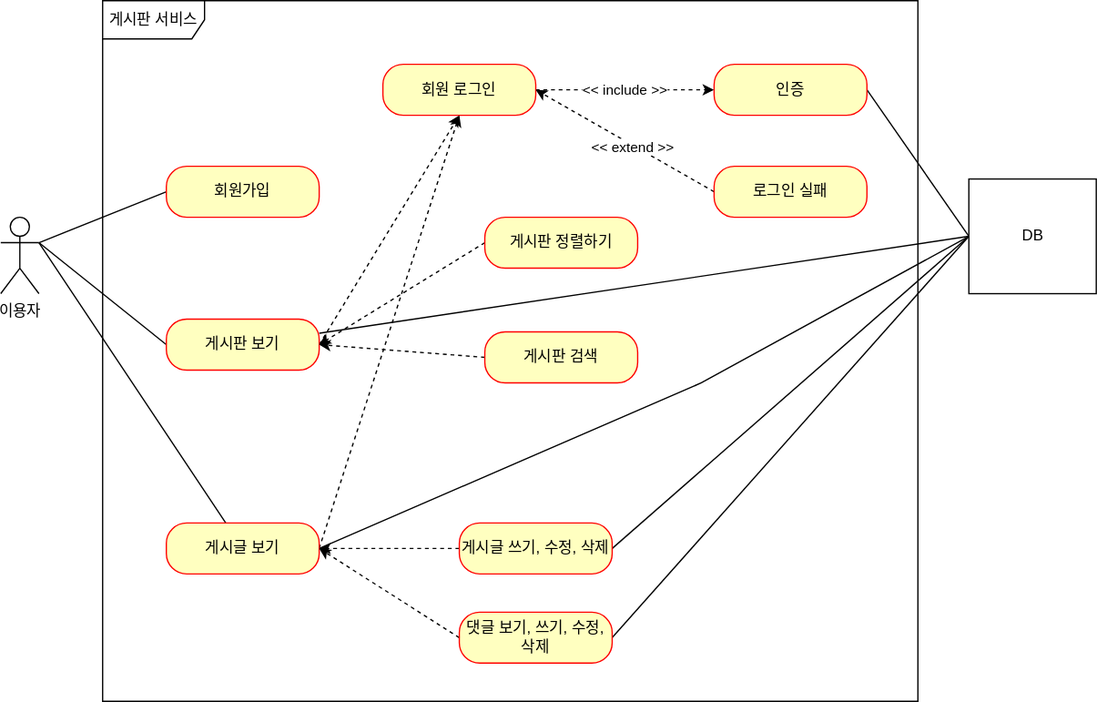
The draw.io diagram part_02/fastcampus-project-board/document/use-case.svg in NaStillmatic/JavaSpring, before a commit. Source tidied: cells renumbered, new cells last; positions are measured from the earlier drawing's top-left corner, leaving out a move shared by most shapes.
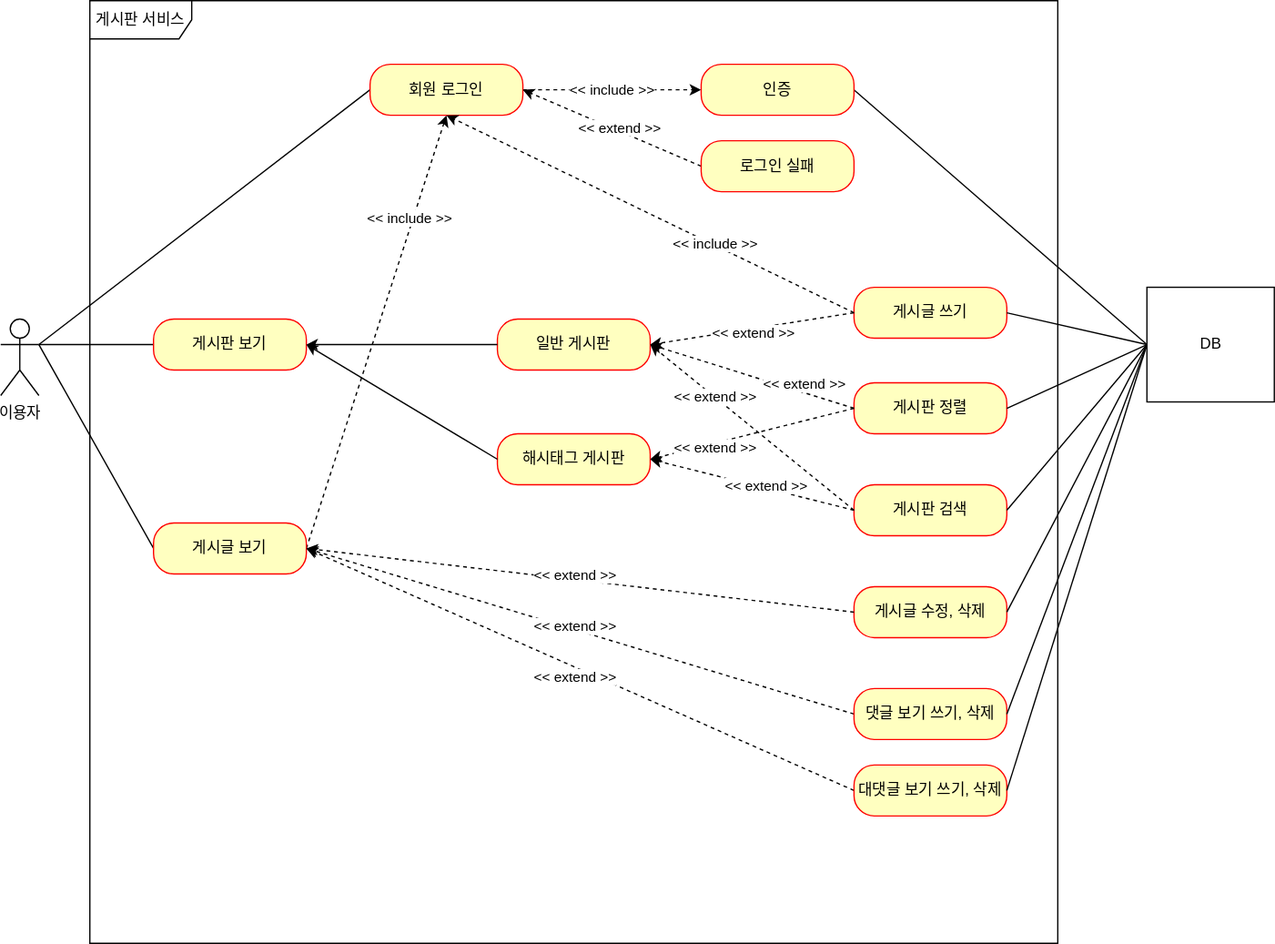
The same diagram one commit later.

Commit message:
#59 - use-case.svg: 현재 서비스 상황에 맞춰 업데이트

What changed in the source:
```diff
@@ -3,48 +3,26 @@
     <mxCell id="0" />
     <mxCell id="1" parent="0" />
     <mxCell id="2" value="이용자" style="shape=umlActor;verticalLabelPosition=bottom;verticalAlign=top;html=1;outlineConnect=0;" parent="1" vertex="1">
-      <mxGeometry y="170" width="30" height="60" as="geometry" />
+      <mxGeometry x="10" y="250" width="30" height="60" as="geometry" />
     </mxCell>
     <mxCell id="3" value="게시판 서비스" style="shape=umlFrame;whiteSpace=wrap;html=1;width=80;height=30;" parent="1" vertex="1">
-      <mxGeometry x="80" width="640" height="550" as="geometry" />
+      <mxGeometry x="80" width="760" height="740" as="geometry" />
     </mxCell>
-    <mxCell id="4" style="jettySize=auto;html=1;rounded=0;exitX=0;exitY=0.5;exitDx=0;exitDy=0;endArrow=none;endFill=0;entryX=1;entryY=0.3333333333333333;entryDx=0;entryDy=0;entryPerimeter=0;" parent="1" edge="1" source="5" target="2">
+    <mxCell id="4" style="jettySize=auto;html=1;rounded=0;exitX=0;exitY=0.5;exitDx=0;exitDy=0;endArrow=none;endFill=0;entryX=1;entryY=0.3333333333333333;entryDx=0;entryDy=0;entryPerimeter=0;" parent="1" edge="1" source="15" target="2">
       <mxGeometry relative="1" as="geometry" />
     </mxCell>
-    <mxCell id="5" value="회원가입" style="rounded=1;whiteSpace=wrap;html=1;arcSize=40;fontColor=#000000;fillColor=#ffffc0;strokeColor=#ff0000;" parent="1" vertex="1">
-      <mxGeometry x="130" y="130" width="120" height="40" as="geometry" />
-    </mxCell>
-    <mxCell id="6" style="rounded=0;jettySize=auto;html=1;exitX=0;exitY=0.5;exitDx=0;exitDy=0;endArrow=none;endFill=0;" parent="1" edge="1" source="9">
-      <mxGeometry relative="1" as="geometry">
-        <mxPoint x="30" y="190" as="targetPoint" />
-      </mxGeometry>
+    <mxCell id="6" style="rounded=0;jettySize=auto;html=1;exitX=0;exitY=0.5;exitDx=0;exitDy=0;endArrow=none;endFill=0;entryX=1;entryY=0.3333333333333333;entryDx=0;entryDy=0;entryPerimeter=0;" parent="1" edge="1" source="9" target="2">
+      <mxGeometry relative="1" as="geometry" />
     </mxCell>
-    <mxCell id="7" style="edgeStyle=none;rounded=0;jettySize=auto;html=1;entryX=0.5;entryY=1;entryDx=0;entryDy=0;dashed=1;endArrow=classic;endFill=1;exitX=1;exitY=0.5;exitDx=0;exitDy=0;" parent="1" edge="1" source="9" target="15">
-      <mxGeometry relative="1" as="geometry" />
-    </mxCell>
-    <mxCell id="8" style="edgeStyle=none;rounded=0;jettySize=auto;html=1;endArrow=none;endFill=0;" parent="1" edge="1" source="9">
-      <mxGeometry relative="1" as="geometry">
-        <mxPoint x="760" y="185" as="targetPoint" />
-      </mxGeometry>
-    </mxCell>
     <mxCell id="9" value="게시판 보기" style="rounded=1;whiteSpace=wrap;html=1;arcSize=40;fontColor=#000000;fillColor=#ffffc0;strokeColor=#ff0000;" parent="1" vertex="1">
       <mxGeometry x="130" y="250" width="120" height="40" as="geometry" />
     </mxCell>
-    <mxCell id="10" style="edgeStyle=none;rounded=0;jettySize=auto;html=1;endArrow=none;endFill=0;" parent="1" edge="1" source="13">
-      <mxGeometry relative="1" as="geometry">
-        <mxPoint x="30" y="190" as="targetPoint" />
-      </mxGeometry>
+    <mxCell id="10" style="edgeStyle=none;rounded=0;jettySize=auto;html=1;endArrow=none;endFill=0;entryX=1;entryY=0.3333333333333333;entryDx=0;entryDy=0;entryPerimeter=0;exitX=0;exitY=0.5;exitDx=0;exitDy=0;" parent="1" edge="1" source="13" target="2">
+      <mxGeometry relative="1" as="geometry" />
     </mxCell>
     <mxCell id="11" style="edgeStyle=none;rounded=0;jettySize=auto;html=1;dashed=1;endArrow=classic;endFill=1;exitX=1;exitY=0.5;exitDx=0;exitDy=0;entryX=0.5;entryY=1;entryDx=0;entryDy=0;" parent="1" edge="1" source="13" target="15">
       <mxGeometry relative="1" as="geometry" />
     </mxCell>
-    <mxCell id="12" style="rounded=0;jettySize=auto;html=1;endArrow=none;endFill=0;entryX=0;entryY=0.5;entryDx=0;entryDy=0;elbow=vertical;exitX=1;exitY=0.5;exitDx=0;exitDy=0;" parent="1" edge="1" source="13" target="31">
-      <mxGeometry relative="1" as="geometry">
-        <Array as="points">
-          <mxPoint x="550" y="300" />
-        </Array>
-      </mxGeometry>
-    </mxCell>
     <mxCell id="13" value="게시글 보기" style="rounded=1;whiteSpace=wrap;html=1;arcSize=40;fontColor=#000000;fillColor=#ffffc0;strokeColor=#ff0000;" parent="1" vertex="1">
       <mxGeometry x="130" y="410" width="120" height="40" as="geometry" />
     </mxCell>
@@ -64,43 +42,125 @@
       <mxGeometry relative="1" as="geometry" />
     </mxCell>
     <mxCell id="19" value="&amp;lt;&amp;lt; extend &amp;gt;&amp;gt;" style="edgeLabel;html=1;align=center;verticalAlign=middle;" parent="18" vertex="1">
-      <mxGeometry x="-0.08" y="1" relative="1" as="geometry" />
+      <mxGeometry x="-0.08" y="1" relative="1" as="geometry">
+        <mxPoint y="-4" as="offset" />
+      </mxGeometry>
     </mxCell>
     <mxCell id="20" value="로그인 실패" style="rounded=1;whiteSpace=wrap;html=1;arcSize=40;fontColor=#000000;fillColor=#ffffc0;strokeColor=#ff0000;" parent="1" vertex="1">
-      <mxGeometry x="560" y="130" width="120" height="40" as="geometry" />
+      <mxGeometry x="560" y="110" width="120" height="40" as="geometry" />
     </mxCell>
-    <mxCell id="21" style="edgeStyle=none;rounded=0;jettySize=auto;html=1;entryX=1;entryY=0.5;entryDx=0;entryDy=0;dashed=1;endArrow=classic;endFill=1;exitX=0;exitY=0.5;exitDx=0;exitDy=0;" parent="1" edge="1" source="22" target="9">
-      <mxGeometry relative="1" as="geometry" />
-    </mxCell>
-    <mxCell id="22" value="게시판 정렬하기" style="rounded=1;whiteSpace=wrap;html=1;arcSize=40;fontColor=#000000;fillColor=#ffffc0;strokeColor=#ff0000;" parent="1" vertex="1">
-      <mxGeometry x="380" y="170" width="120" height="40" as="geometry" />
+    <mxCell id="22" value="일반 게시판" style="rounded=1;whiteSpace=wrap;html=1;arcSize=40;fontColor=#000000;fillColor=#ffffc0;strokeColor=#ff0000;" parent="1" vertex="1">
+      <mxGeometry x="400" y="250" width="120" height="40" as="geometry" />
     </mxCell>
-    <mxCell id="23" style="edgeStyle=none;rounded=0;jettySize=auto;html=1;entryX=1;entryY=0.5;entryDx=0;entryDy=0;dashed=1;endArrow=classic;endFill=1;exitX=0;exitY=0.5;exitDx=0;exitDy=0;" parent="1" edge="1" source="24" target="9">
-      <mxGeometry relative="1" as="geometry" />
-    </mxCell>
-    <mxCell id="24" value="게시판 검색" style="rounded=1;whiteSpace=wrap;html=1;arcSize=40;fontColor=#000000;fillColor=#ffffc0;strokeColor=#ff0000;" parent="1" vertex="1">
-      <mxGeometry x="380" y="260" width="120" height="40" as="geometry" />
+    <mxCell id="24" value="해시태그 게시판" style="rounded=1;whiteSpace=wrap;html=1;arcSize=40;fontColor=#000000;fillColor=#ffffc0;strokeColor=#ff0000;" parent="1" vertex="1">
+      <mxGeometry x="400" y="340" width="120" height="40" as="geometry" />
     </mxCell>
-    <mxCell id="25" style="edgeStyle=none;rounded=0;jettySize=auto;html=1;dashed=1;endArrow=classic;endFill=1;" parent="1" edge="1" source="27" target="13">
+    <mxCell id="25" style="edgeStyle=none;rounded=0;jettySize=auto;html=1;dashed=1;endArrow=classic;endFill=1;exitX=0;exitY=0.5;exitDx=0;exitDy=0;entryX=1;entryY=0.5;entryDx=0;entryDy=0;" parent="1" edge="1" source="36" target="13">
       <mxGeometry relative="1" as="geometry" />
     </mxCell>
-    <mxCell id="26" style="edgeStyle=none;rounded=0;jettySize=auto;html=1;endArrow=none;endFill=0;entryX=0;entryY=0.5;entryDx=0;entryDy=0;exitX=1;exitY=0.5;exitDx=0;exitDy=0;" parent="1" edge="1" source="27" target="31">
-      <mxGeometry relative="1" as="geometry" />
-    </mxCell>
-    <mxCell id="27" value="게시글 쓰기, 수정, 삭제" style="rounded=1;whiteSpace=wrap;html=1;arcSize=40;fontColor=#000000;fillColor=#ffffc0;strokeColor=#ff0000;" parent="1" vertex="1">
-      <mxGeometry x="360" y="410" width="120" height="40" as="geometry" />
-    </mxCell>
-    <mxCell id="28" style="edgeStyle=none;rounded=0;jettySize=auto;html=1;entryX=1;entryY=0.5;entryDx=0;entryDy=0;dashed=1;endArrow=classic;endFill=1;exitX=0;exitY=0.5;exitDx=0;exitDy=0;" parent="1" edge="1" source="30" target="13">
+    <mxCell id="28" style="edgeStyle=none;rounded=0;jettySize=auto;html=1;entryX=1;entryY=0.5;entryDx=0;entryDy=0;dashed=1;endArrow=classic;endFill=1;exitX=0;exitY=0.5;exitDx=0;exitDy=0;" parent="1" edge="1" source="37" target="13">
       <mxGeometry relative="1" as="geometry" />
     </mxCell>
-    <mxCell id="29" style="edgeStyle=none;rounded=0;jettySize=auto;html=1;entryX=0;entryY=0.5;entryDx=0;entryDy=0;endArrow=none;endFill=0;exitX=1;exitY=0.5;exitDx=0;exitDy=0;" parent="1" edge="1" source="30" target="31">
-      <mxGeometry relative="1" as="geometry" />
-    </mxCell>
-    <mxCell id="30" value="댓글 보기, 쓰기, 수정, 삭제" style="rounded=1;whiteSpace=wrap;html=1;arcSize=40;fontColor=#000000;fillColor=#ffffc0;strokeColor=#ff0000;" parent="1" vertex="1">
-      <mxGeometry x="360" y="480" width="120" height="40" as="geometry" />
-    </mxCell>
     <mxCell id="31" value="DB" style="html=1;" parent="1" vertex="1">
-      <mxGeometry x="760" y="140" width="100" height="90" as="geometry" />
+      <mxGeometry x="910" y="225" width="100" height="90" as="geometry" />
     </mxCell>
+    <mxCell id="32" value="게시글 쓰기" style="rounded=1;whiteSpace=wrap;html=1;arcSize=40;fontColor=#000000;fillColor=#ffffc0;strokeColor=#ff0000;" parent="1" vertex="1">
+      <mxGeometry x="680" y="225" width="120" height="40" as="geometry" />
+    </mxCell>
+    <mxCell id="33" value="게시판 정렬" style="rounded=1;whiteSpace=wrap;html=1;arcSize=40;fontColor=#000000;fillColor=#ffffc0;strokeColor=#ff0000;" parent="1" vertex="1">
+      <mxGeometry x="680" y="300" width="120" height="40" as="geometry" />
+    </mxCell>
+    <mxCell id="34" value="게시판 검색" style="rounded=1;whiteSpace=wrap;html=1;arcSize=40;fontColor=#000000;fillColor=#ffffc0;strokeColor=#ff0000;" parent="1" vertex="1">
+      <mxGeometry x="680" y="380" width="120" height="40" as="geometry" />
+    </mxCell>
+    <mxCell id="35" value="게시글 수정, 삭제" style="rounded=1;whiteSpace=wrap;html=1;arcSize=40;fontColor=#000000;fillColor=#ffffc0;strokeColor=#ff0000;" parent="1" vertex="1">
+      <mxGeometry x="680" y="460" width="120" height="40" as="geometry" />
+    </mxCell>
+    <mxCell id="36" value="댓글 보기 쓰기, 삭제" style="rounded=1;whiteSpace=wrap;html=1;arcSize=40;fontColor=#000000;fillColor=#ffffc0;strokeColor=#ff0000;" parent="1" vertex="1">
+      <mxGeometry x="680" y="540" width="120" height="40" as="geometry" />
+    </mxCell>
+    <mxCell id="37" value="대댓글 보기 쓰기, 삭제" style="rounded=1;whiteSpace=wrap;html=1;arcSize=40;fontColor=#000000;fillColor=#ffffc0;strokeColor=#ff0000;" parent="1" vertex="1">
+      <mxGeometry x="680" y="600" width="120" height="40" as="geometry" />
+    </mxCell>
+    <mxCell id="38" style="edgeStyle=none;rounded=0;jettySize=auto;html=1;dashed=1;endArrow=classic;endFill=1;exitX=0;exitY=0.5;exitDx=0;exitDy=0;entryX=1;entryY=0.5;entryDx=0;entryDy=0;" parent="1" edge="1" source="35" target="13">
+      <mxGeometry relative="1" as="geometry" />
+    </mxCell>
+    <mxCell id="39" value="&amp;lt;&amp;lt; extend &amp;gt;&amp;gt;" style="edgeLabel;html=1;align=center;verticalAlign=middle;" parent="1" vertex="1">
+      <mxGeometry x="460" y="450" as="geometry" />
+    </mxCell>
+    <mxCell id="40" value="&amp;lt;&amp;lt; extend &amp;gt;&amp;gt;" style="edgeLabel;html=1;align=center;verticalAlign=middle;" parent="1" vertex="1">
+      <mxGeometry x="460" y="490" as="geometry" />
+    </mxCell>
+    <mxCell id="41" value="&amp;lt;&amp;lt; extend &amp;gt;&amp;gt;" style="edgeLabel;html=1;align=center;verticalAlign=middle;" parent="1" vertex="1">
+      <mxGeometry x="460" y="530" as="geometry" />
+    </mxCell>
+    <mxCell id="42" style="edgeStyle=none;rounded=0;jettySize=auto;html=1;dashed=1;endArrow=classic;endFill=1;exitX=0;exitY=0.5;exitDx=0;exitDy=0;entryX=1;entryY=0.5;entryDx=0;entryDy=0;" parent="1" edge="1" source="34" target="24">
+      <mxGeometry relative="1" as="geometry" />
+    </mxCell>
+    <mxCell id="43" value="&amp;lt;&amp;lt; include &amp;gt;&amp;gt;" style="edgeLabel;html=1;align=center;verticalAlign=middle;" parent="1" vertex="1">
+      <mxGeometry x="330" y="170" as="geometry" />
+    </mxCell>
+    <mxCell id="21" style="endArrow=classic;html=1;rounded=0;entryX=1;entryY=0.5;entryDx=0;entryDy=0;exitX=0;exitY=0.5;exitDx=0;exitDy=0;" parent="1" edge="1" source="22" target="9">
+      <mxGeometry relative="1" as="geometry" />
+    </mxCell>
+    <mxCell id="23" style="endArrow=classic;html=1;rounded=0;entryX=1;entryY=0.5;entryDx=0;entryDy=0;exitX=0;exitY=0.5;exitDx=0;exitDy=0;" parent="1" edge="1" source="24" target="9">
+      <mxGeometry relative="1" as="geometry" />
+    </mxCell>
+    <mxCell id="44" style="edgeStyle=none;rounded=0;jettySize=auto;html=1;dashed=1;endArrow=classic;endFill=1;exitX=0;exitY=0.5;exitDx=0;exitDy=0;entryX=0.5;entryY=1;entryDx=0;entryDy=0;" parent="1" edge="1" source="32" target="15">
+      <mxGeometry relative="1" as="geometry" />
+    </mxCell>
+    <mxCell id="45" value="&amp;lt;&amp;lt; include &amp;gt;&amp;gt;" style="edgeLabel;html=1;align=center;verticalAlign=middle;" parent="1" vertex="1">
+      <mxGeometry x="570" y="190" as="geometry" />
+    </mxCell>
+    <mxCell id="46" value="&amp;lt;&amp;lt; extend &amp;gt;&amp;gt;" style="edgeLabel;html=1;align=center;verticalAlign=middle;" parent="1" vertex="1">
+      <mxGeometry x="610" y="380" as="geometry" />
+    </mxCell>
+    <mxCell id="47" style="edgeStyle=none;rounded=0;jettySize=auto;html=1;dashed=1;endArrow=classic;endFill=1;exitX=0;exitY=0.5;exitDx=0;exitDy=0;entryX=1;entryY=0.5;entryDx=0;entryDy=0;" parent="1" edge="1" source="32" target="22">
+      <mxGeometry relative="1" as="geometry" />
+    </mxCell>
+    <mxCell id="48" style="edgeStyle=none;rounded=0;jettySize=auto;html=1;dashed=1;endArrow=classic;endFill=1;exitX=0;exitY=0.5;exitDx=0;exitDy=0;entryX=1;entryY=0.5;entryDx=0;entryDy=0;" parent="1" edge="1" source="33" target="24">
+      <mxGeometry relative="1" as="geometry" />
+    </mxCell>
+    <mxCell id="49" style="edgeStyle=none;rounded=0;orthogonalLoop=1;jettySize=auto;html=1;dashed=1;endArrow=classic;endFill=1;" parent="1" edge="1">
+      <mxGeometry relative="1" as="geometry">
+        <mxPoint x="680" y="320" as="sourcePoint" />
+        <mxPoint x="520" y="270" as="targetPoint" />
+      </mxGeometry>
+    </mxCell>
+    <mxCell id="50" style="edgeStyle=none;rounded=0;jettySize=auto;html=1;entryX=0;entryY=0.5;entryDx=0;entryDy=0;endArrow=none;endFill=0;exitX=1;exitY=0.5;exitDx=0;exitDy=0;" parent="1" edge="1" source="32" target="31">
+      <mxGeometry relative="1" as="geometry" />
+    </mxCell>
+    <mxCell id="51" style="edgeStyle=none;rounded=0;jettySize=auto;html=1;entryX=0;entryY=0.5;entryDx=0;entryDy=0;endArrow=none;endFill=0;exitX=1;exitY=0.5;exitDx=0;exitDy=0;" parent="1" edge="1" source="33" target="31">
+      <mxGeometry relative="1" as="geometry" />
+    </mxCell>
+    <mxCell id="52" style="edgeStyle=none;rounded=0;jettySize=auto;html=1;entryX=0;entryY=0.5;entryDx=0;entryDy=0;endArrow=none;endFill=0;exitX=1;exitY=0.5;exitDx=0;exitDy=0;" parent="1" edge="1" source="34" target="31">
+      <mxGeometry relative="1" as="geometry" />
+    </mxCell>
+    <mxCell id="53" style="edgeStyle=none;rounded=0;jettySize=auto;html=1;entryX=0;entryY=0.5;entryDx=0;entryDy=0;endArrow=none;endFill=0;exitX=1;exitY=0.5;exitDx=0;exitDy=0;" parent="1" edge="1" source="35" target="31">
+      <mxGeometry relative="1" as="geometry" />
+    </mxCell>
+    <mxCell id="54" style="edgeStyle=none;rounded=0;jettySize=auto;html=1;dashed=1;endArrow=classic;endFill=1;exitX=0;exitY=0.5;exitDx=0;exitDy=0;" parent="1" edge="1" source="34">
+      <mxGeometry relative="1" as="geometry">
+        <mxPoint x="520" y="270" as="targetPoint" />
+      </mxGeometry>
+    </mxCell>
+    <mxCell id="55" value="&amp;lt;&amp;lt; extend &amp;gt;&amp;gt;" style="edgeLabel;html=1;align=center;verticalAlign=middle;" parent="1" vertex="1">
+      <mxGeometry x="570" y="350" as="geometry" />
+    </mxCell>
+    <mxCell id="56" value="&amp;lt;&amp;lt; extend &amp;gt;&amp;gt;" style="edgeLabel;html=1;align=center;verticalAlign=middle;" parent="1" vertex="1">
+      <mxGeometry x="570" y="310" as="geometry" />
+    </mxCell>
+    <mxCell id="57" value="&amp;lt;&amp;lt; extend &amp;gt;&amp;gt;" style="edgeLabel;html=1;align=center;verticalAlign=middle;" parent="1" vertex="1">
+      <mxGeometry x="640" y="300" as="geometry" />
+    </mxCell>
+    <mxCell id="58" value="&amp;lt;&amp;lt; extend &amp;gt;&amp;gt;" style="edgeLabel;html=1;align=center;verticalAlign=middle;" parent="1" vertex="1">
+      <mxGeometry x="600" y="260" as="geometry" />
+    </mxCell>
+    <mxCell id="59" style="edgeStyle=none;rounded=0;jettySize=auto;html=1;entryX=0;entryY=0.5;entryDx=0;entryDy=0;endArrow=none;endFill=0;exitX=1;exitY=0.5;exitDx=0;exitDy=0;" parent="1" edge="1" source="36" target="31">
+      <mxGeometry relative="1" as="geometry" />
+    </mxCell>
+    <mxCell id="60" style="edgeStyle=none;rounded=0;jettySize=auto;html=1;entryX=0;entryY=0.5;entryDx=0;entryDy=0;endArrow=none;endFill=0;exitX=1;exitY=0.5;exitDx=0;exitDy=0;" parent="1" edge="1" source="37" target="31">
+      <mxGeometry relative="1" as="geometry" />
+    </mxCell>
   </root>
 </mxGraphModel>
```
